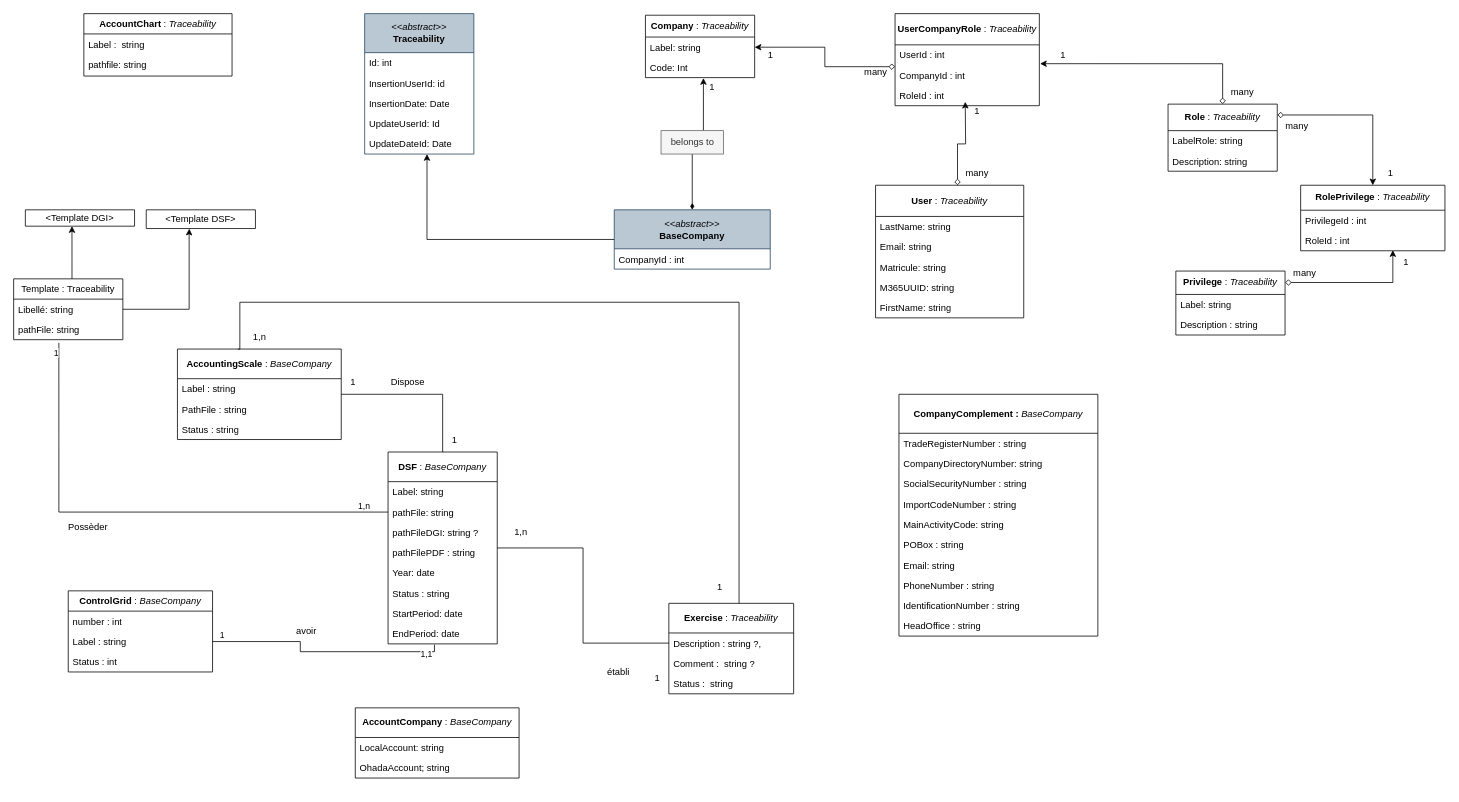
Above: page "Diagramme_classe" (1 of 5) of Conception_DSF.drawio in Michelle-Ngami/Conception_DSF (draw.io), before the change. Source tidied: cells renumbered, new cells numbered last; positions are measured from the earlier drawing's top-left corner, leaving out a move shared by most shapes. Both pictures are drawn from the tidied source at 78%, with x=0, y=0 at pixel (13, 13).
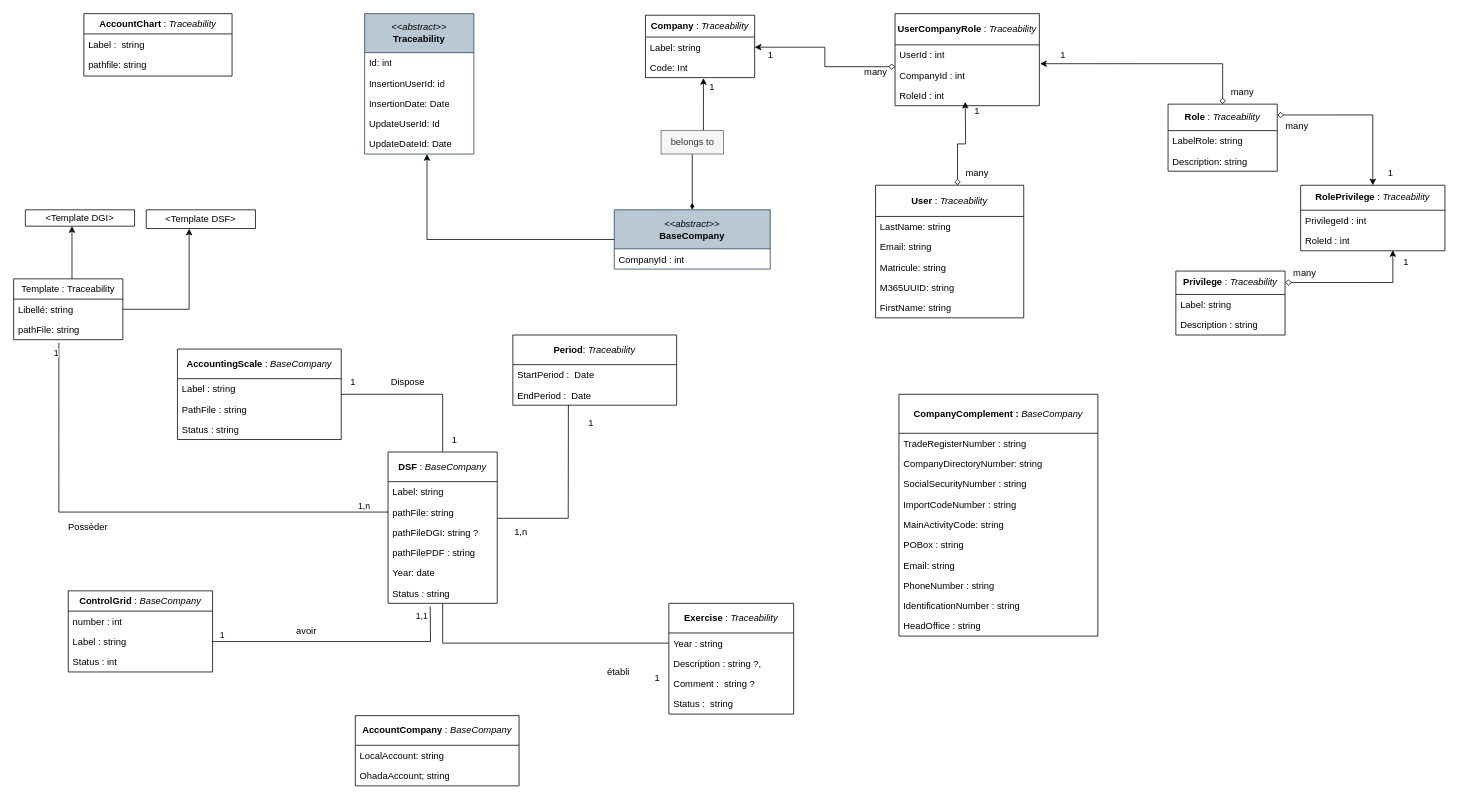
The same page after the edit.

Commit message:
Mettre à jour Conception_DSF.drawio

The change refers to these unchanged cells:
```xml
<mxCell id="40" value="Label : string" style="text;strokeColor=none;fillColor=none;align=left;verticalAlign=top;spacingLeft=4;spacingRight=4;overflow=hidden;points=[[0,0.5],[1,0.5]];portConstraint=eastwest;whiteSpace=wrap;html=1;" parent="38" vertex="1">
  <mxGeometry y="52" width="185" height="26" as="geometry" />
</mxCell>
<mxCell id="93" value="&lt;b&gt;AccountingScale&amp;nbsp;&lt;/b&gt;: &lt;i&gt;BaseCompany&lt;/i&gt;" style="swimlane;fontStyle=0;horizontal=1;startSize=38;fillColor=none;whiteSpace=wrap;html=1;" parent="1" vertex="1">
  <mxGeometry x="210" y="430" width="210" height="116" as="geometry" />
</mxCell>
```

The edit, as a diff of the source:
```diff
@@
     <mxCell id="18" value="&lt;b&gt;DSF &lt;/b&gt;: &lt;i&gt;BaseCompany&lt;/i&gt;" style="swimlane;fontStyle=0;horizontal=1;startSize=38;fillColor=none;whiteSpace=wrap;html=1;" parent="1" vertex="1">
-      <mxGeometry x="480" y="562" width="140" height="246" as="geometry" />
+      <mxGeometry x="480" y="562" width="140" height="194" as="geometry" />
     </mxCell>
@@
-    <mxCell id="25" value="&lt;span style=&quot;background-color: transparent; color: light-dark(rgb(0, 0, 0), rgb(255, 255, 255));&quot;&gt;StartPeriod&lt;/span&gt;: date" style="text;strokeColor=none;fillColor=none;align=left;verticalAlign=top;spacingLeft=4;spacingRight=4;overflow=hidden;whiteSpace=wrap;html=1;" parent="18" vertex="1">
-      <mxGeometry y="194" width="140" height="26" as="geometry" />
-    </mxCell>
-    <mxCell id="26" value="EndPeriod: date" style="text;strokeColor=none;fillColor=none;align=left;verticalAlign=top;spacingLeft=4;spacingRight=4;overflow=hidden;points=[[0,0.5],[1,0.5]];portConstraint=eastwest;whiteSpace=wrap;html=1;" parent="18" vertex="1">
-      <mxGeometry y="220" width="140" height="26" as="geometry" />
-    </mxCell>
     <mxCell id="27" value="&lt;b&gt;AccountCompany&lt;/b&gt; : &lt;i&gt;BaseCompany&lt;/i&gt;" style="swimlane;fontStyle=0;horizontal=1;startSize=38;fillColor=none;whiteSpace=wrap;html=1;" parent="1" vertex="1">
-      <mxGeometry x="438" y="890" width="210" height="90" as="geometry" />
+      <mxGeometry x="438" y="900" width="210" height="90" as="geometry" />
     </mxCell>
@@
-    <mxCell id="42" style="endArrow=none;html=1;edgeStyle=orthogonalEdgeStyle;rounded=0;entryX=1;entryY=0.5;entryDx=0;entryDy=0;exitX=0.425;exitY=1.035;exitDx=0;exitDy=0;exitPerimeter=0;" parent="1" edge="1" source="26" target="40">
-      <mxGeometry relative="1" as="geometry" />
+    <mxCell id="42" style="endArrow=none;html=1;edgeStyle=orthogonalEdgeStyle;rounded=0;entryX=1;entryY=0.5;entryDx=0;entryDy=0;exitX=0.425;exitY=1.035;exitDx=0;exitDy=0;exitPerimeter=0;" parent="1" edge="1" target="40">
+      <mxGeometry relative="1" as="geometry">
+        <mxPoint x="534" y="760" as="sourcePoint" />
+      </mxGeometry>
     </mxCell>
@@
     <mxCell id="86" value="&lt;b&gt;Exercise&amp;nbsp;&lt;/b&gt;: &lt;i&gt;Traceability&lt;/i&gt;" style="swimlane;fontStyle=0;horizontal=1;startSize=38;fillColor=none;whiteSpace=wrap;html=1;" parent="1" vertex="1">
-      <mxGeometry x="840" y="756" width="160" height="116" as="geometry" />
+      <mxGeometry x="840" y="756" width="160" height="142" as="geometry" />
     </mxCell>
-    <mxCell id="87" value="Description : string ?,&lt;div&gt;&lt;br&gt;&lt;/div&gt;" style="text;strokeColor=none;fillColor=none;align=left;verticalAlign=top;spacingLeft=4;spacingRight=4;overflow=hidden;points=[[0,0.5],[1,0.5]];portConstraint=eastwest;whiteSpace=wrap;html=1;" parent="86" vertex="1">
+    <mxCell id="87" value="Year : string&amp;nbsp;&lt;div&gt;&lt;br&gt;&lt;/div&gt;" style="text;strokeColor=none;fillColor=none;align=left;verticalAlign=top;spacingLeft=4;spacingRight=4;overflow=hidden;points=[[0,0.5],[1,0.5]];portConstraint=eastwest;whiteSpace=wrap;html=1;" parent="86" vertex="1">
       <mxGeometry y="38" width="160" height="26" as="geometry" />
     </mxCell>
+    <mxCell id="115" value="Description : string ?,&lt;div&gt;&lt;br&gt;&lt;/div&gt;" style="text;strokeColor=none;fillColor=none;align=left;verticalAlign=top;spacingLeft=4;spacingRight=4;overflow=hidden;whiteSpace=wrap;html=1;" parent="86" vertex="1">
+      <mxGeometry y="64" width="160" height="26" as="geometry" />
+    </mxCell>
     <mxCell id="88" value="Comment :&amp;nbsp; string ?" style="text;strokeColor=none;fillColor=none;align=left;verticalAlign=top;spacingLeft=4;spacingRight=4;overflow=hidden;whiteSpace=wrap;html=1;" parent="86" vertex="1">
-      <mxGeometry y="64" width="160" height="26" as="geometry" />
+      <mxGeometry y="90" width="160" height="26" as="geometry" />
     </mxCell>
     <mxCell id="89" value="Status :&amp;nbsp; string" style="text;strokeColor=none;fillColor=none;align=left;verticalAlign=top;spacingLeft=4;spacingRight=4;overflow=hidden;whiteSpace=wrap;html=1;" parent="86" vertex="1">
-      <mxGeometry y="90" width="160" height="26" as="geometry" />
+      <mxGeometry y="116" width="160" height="26" as="geometry" />
     </mxCell>
@@
-    <mxCell id="112" style="edgeStyle=orthogonalEdgeStyle;rounded=0;jettySize=auto;html=1;entryX=0.5;entryY=0;entryDx=0;entryDy=0;endArrow=none;startFill=0;exitX=0.369;exitY=0.001;exitDx=0;exitDy=0;exitPerimeter=0;" parent="1" edge="1" source="93">
-      <mxGeometry relative="1" as="geometry">
-        <mxPoint x="930" y="756" as="targetPoint" />
-        <Array as="points">
-          <mxPoint x="290" y="430" />
-          <mxPoint x="290" y="370" />
-          <mxPoint x="930" y="370" />
-        </Array>
-      </mxGeometry>
-    </mxCell>
+    <mxCell id="116" value="&lt;b&gt;Period&lt;/b&gt;: &lt;i&gt;Traceability&lt;/i&gt;" style="swimlane;fontStyle=0;horizontal=1;startSize=38;fillColor=none;whiteSpace=wrap;html=1;" parent="1" vertex="1">
+      <mxGeometry x="640" y="412" width="210" height="90" as="geometry" />
+    </mxCell>
+    <mxCell id="117" value="StartPeriod :&amp;nbsp; Date" style="text;strokeColor=none;fillColor=none;align=left;verticalAlign=top;spacingLeft=4;spacingRight=4;overflow=hidden;whiteSpace=wrap;html=1;" parent="116" vertex="1">
+      <mxGeometry y="38" width="210" height="26" as="geometry" />
+    </mxCell>
+    <mxCell id="118" value="EndPeriod :&amp;nbsp; Date" style="text;strokeColor=none;fillColor=none;align=left;verticalAlign=top;spacingLeft=4;spacingRight=4;overflow=hidden;points=[[0,0.5],[1,0.5]];portConstraint=eastwest;whiteSpace=wrap;html=1;" parent="116" vertex="1">
+      <mxGeometry y="64" width="210" height="26" as="geometry" />
+    </mxCell>
     <mxCell id="113" value="1" style="text;html=1;align=center;verticalAlign=middle;strokeColor=none;fillColor=none;" parent="1" vertex="1">
-      <mxGeometry x="890" y="720" width="30" height="30" as="geometry" />
+      <mxGeometry x="725" y="510" width="30" height="30" as="geometry" />
     </mxCell>
-    <mxCell id="114" value="1,n" style="text;html=1;align=center;verticalAlign=middle;strokeColor=none;fillColor=none;" parent="1" vertex="1">
-      <mxGeometry x="295" y="400" width="40" height="30" as="geometry" />
-    </mxCell>
+    <mxCell id="119" style="endArrow=none;html=1;rounded=0;entryX=0.339;entryY=0.995;entryDx=0;entryDy=0;entryPerimeter=0;" parent="1" edge="1" target="118">
+      <mxGeometry relative="1" as="geometry">
+        <mxPoint x="620" y="647" as="sourcePoint" />
+        <Array as="points">
+          <mxPoint x="711" y="647" />
+        </Array>
+      </mxGeometry>
+    </mxCell>
```
